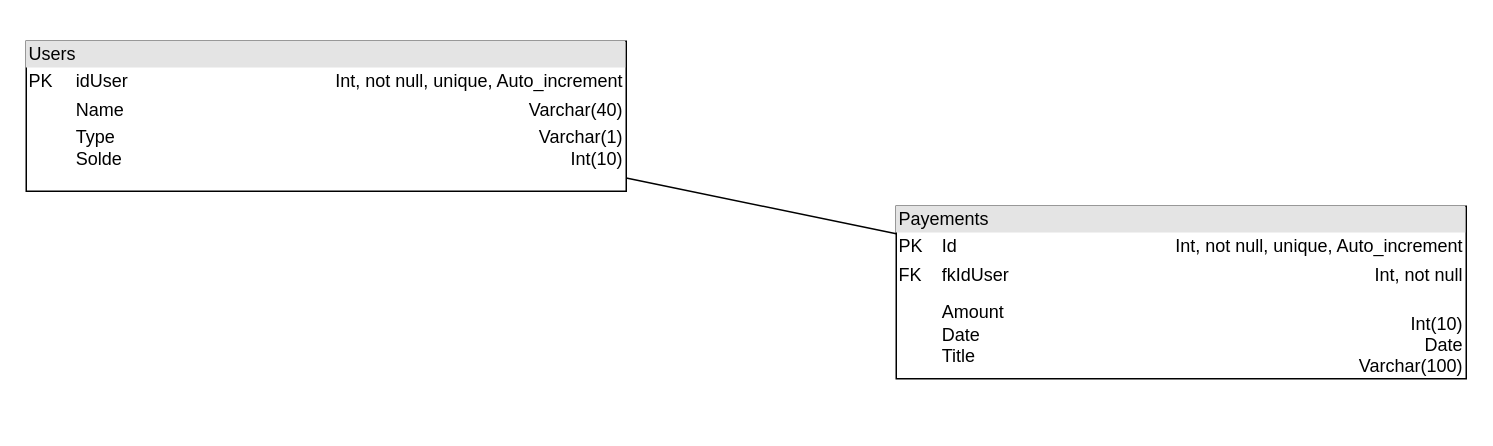
Before: Documentation/MLD.drawio in Trobinsch/TPI_RSZ, a draw.io diagram. Source tidied: cells renumbered, new cells numbered last; positions are measured from the earlier drawing's top-left corner, leaving out a move shared by most shapes. Both pictures are drawn from the tidied source at 150%, with x=0, y=0 at pixel (26, 40).
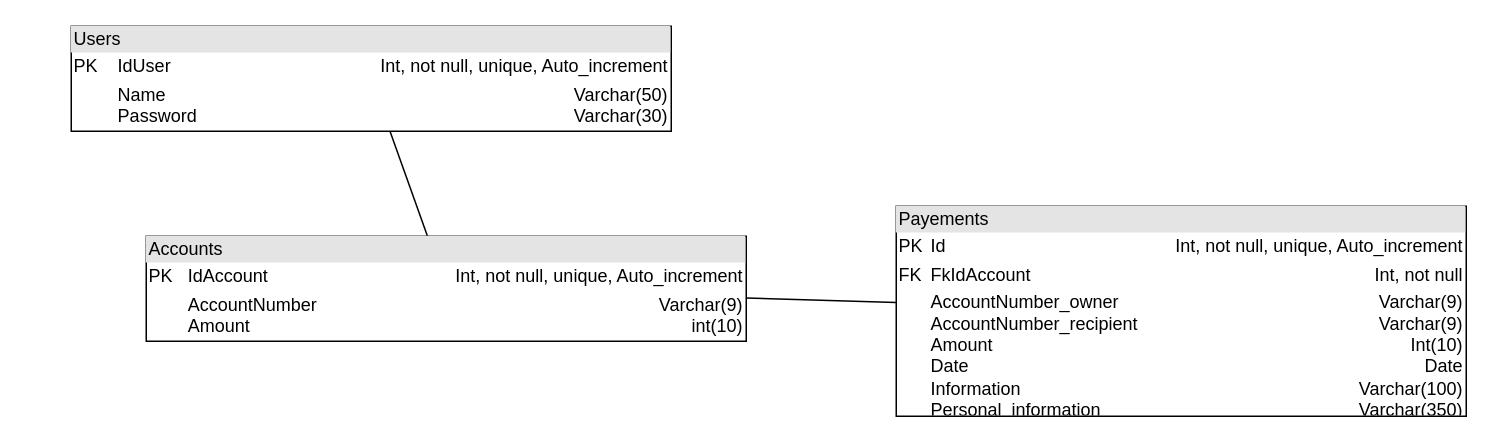
The same page after the edit.

Change to the diagram source:
```diff
@@
 <mxGraphModel>
   <root>
     <mxCell id="0" />
     <mxCell id="1" parent="0" />
-    <mxCell id="2" value="&lt;div style=&quot;box-sizing: border-box ; width: 100% ; background: #e4e4e4 ; padding: 2px&quot;&gt;Users&lt;/div&gt;&lt;table style=&quot;width: 100% ; font-size: 1em&quot; cellpadding=&quot;2&quot; cellspacing=&quot;0&quot;&gt;&lt;tbody&gt;&lt;tr&gt;&lt;td&gt;PK&lt;/td&gt;&lt;td&gt;idUser&lt;/td&gt;&lt;td style=&quot;text-align: right&quot;&gt;Int, not null, unique, Auto_increment&lt;/td&gt;&lt;/tr&gt;&lt;tr&gt;&lt;td&gt;&lt;br&gt;&lt;/td&gt;&lt;td&gt;Name&lt;/td&gt;&lt;td style=&quot;text-align: right&quot;&gt;Varchar(40)&lt;/td&gt;&lt;/tr&gt;&lt;tr&gt;&lt;td&gt;&lt;/td&gt;&lt;td&gt;Type&lt;br&gt;Solde&lt;/td&gt;&lt;td style=&quot;text-align: right&quot;&gt;Varchar(1)&lt;br&gt;Int(10)&lt;/td&gt;&lt;/tr&gt;&lt;/tbody&gt;&lt;/table&gt;" style="verticalAlign=top;align=left;overflow=fill;html=1;" parent="1" vertex="1">
-      <mxGeometry width="400" height="100" as="geometry" />
+    <mxCell id="2" value="&lt;div style=&quot;box-sizing: border-box ; width: 100% ; background: #e4e4e4 ; padding: 2px&quot;&gt;Users&lt;/div&gt;&lt;table style=&quot;width: 100% ; font-size: 1em&quot; cellpadding=&quot;2&quot; cellspacing=&quot;0&quot;&gt;&lt;tbody&gt;&lt;tr&gt;&lt;td&gt;PK&lt;/td&gt;&lt;td&gt;IdUser&lt;/td&gt;&lt;td style=&quot;text-align: right&quot;&gt;Int, not null, unique, Auto_increment&lt;/td&gt;&lt;/tr&gt;&lt;tr&gt;&lt;td&gt;&lt;br&gt;&lt;/td&gt;&lt;td&gt;Name&lt;br&gt;Password&lt;/td&gt;&lt;td style=&quot;text-align: right&quot;&gt;Varchar(50)&lt;br&gt;Varchar(30)&lt;/td&gt;&lt;/tr&gt;&lt;tr&gt;&lt;td&gt;&lt;/td&gt;&lt;td&gt;&lt;br&gt;&lt;/td&gt;&lt;td style=&quot;text-align: right&quot;&gt;&lt;br&gt;&lt;/td&gt;&lt;/tr&gt;&lt;/tbody&gt;&lt;/table&gt;" style="verticalAlign=top;align=left;overflow=fill;html=1;" parent="1" vertex="1">
+      <mxGeometry x="30" y="-10" width="400" height="70" as="geometry" />
     </mxCell>
-    <mxCell id="3" value="&lt;div style=&quot;box-sizing: border-box ; width: 100% ; background: #e4e4e4 ; padding: 2px&quot;&gt;Payements&lt;/div&gt;&lt;table style=&quot;width: 100% ; font-size: 1em&quot; cellpadding=&quot;2&quot; cellspacing=&quot;0&quot;&gt;&lt;tbody&gt;&lt;tr&gt;&lt;td&gt;PK&lt;/td&gt;&lt;td&gt;Id&lt;/td&gt;&lt;td style=&quot;text-align: right&quot;&gt;Int, not null, unique, Auto_increment&lt;/td&gt;&lt;/tr&gt;&lt;tr&gt;&lt;td&gt;FK&lt;/td&gt;&lt;td&gt;fkIdUser&lt;/td&gt;&lt;td style=&quot;text-align: right&quot;&gt;Int, not null&lt;/td&gt;&lt;/tr&gt;&lt;tr&gt;&lt;td&gt;&lt;/td&gt;&lt;td&gt;Amount&lt;br&gt;Date&lt;br&gt;Title&lt;br&gt;&lt;/td&gt;&lt;td&gt;&lt;div style=&quot;text-align: right&quot;&gt;&lt;br&gt;&lt;/div&gt;&lt;div style=&quot;text-align: right&quot;&gt;Int(10)&lt;/div&gt;&lt;div style=&quot;text-align: right&quot;&gt;Date&lt;/div&gt;&lt;div style=&quot;text-align: right&quot;&gt;Varchar(100)&lt;/div&gt;&lt;/td&gt;&lt;/tr&gt;&lt;/tbody&gt;&lt;/table&gt;" style="verticalAlign=top;align=left;overflow=fill;html=1;" parent="1" vertex="1">
-      <mxGeometry x="580" y="110" width="380" height="115" as="geometry" />
+    <mxCell id="3" value="&lt;div style=&quot;box-sizing: border-box ; width: 100% ; background: #e4e4e4 ; padding: 2px&quot;&gt;Payements&lt;/div&gt;&lt;table style=&quot;width: 100% ; font-size: 1em&quot; cellpadding=&quot;2&quot; cellspacing=&quot;0&quot;&gt;&lt;tbody&gt;&lt;tr&gt;&lt;td&gt;PK&lt;/td&gt;&lt;td&gt;Id&lt;/td&gt;&lt;td style=&quot;text-align: right&quot;&gt;Int, not null, unique, Auto_increment&lt;/td&gt;&lt;/tr&gt;&lt;tr&gt;&lt;td&gt;FK&lt;/td&gt;&lt;td&gt;FkIdAccount&lt;br&gt;&lt;/td&gt;&lt;td style=&quot;text-align: right&quot;&gt;Int, not null&lt;/td&gt;&lt;/tr&gt;&lt;tr&gt;&lt;td&gt;&lt;/td&gt;&lt;td&gt;AccountNumber_owner&lt;br&gt;AccountNumber_recipient&lt;br&gt;Amount&lt;br&gt;Date&lt;br&gt;Information&lt;br&gt;Personal_information&lt;/td&gt;&lt;td&gt;&lt;div style=&quot;text-align: right&quot;&gt;Varchar(9)&lt;/div&gt;&lt;div style=&quot;text-align: right&quot;&gt;Varchar(9)&lt;/div&gt;&lt;div style=&quot;text-align: right&quot;&gt;Int(10)&lt;/div&gt;&lt;div style=&quot;text-align: right&quot;&gt;Date&lt;/div&gt;&lt;div style=&quot;text-align: right&quot;&gt;Varchar(100)&lt;/div&gt;&lt;div style=&quot;text-align: right&quot;&gt;Varchar(350)&lt;/div&gt;&lt;/td&gt;&lt;/tr&gt;&lt;/tbody&gt;&lt;/table&gt;" style="verticalAlign=top;align=left;overflow=fill;html=1;" parent="1" vertex="1">
+      <mxGeometry x="580" y="110" width="380" height="140" as="geometry" />
     </mxCell>
-    <mxCell id="4" style="endArrow=none;html=1;" parent="1" edge="1" source="2" target="3">
+    <mxCell id="4" style="endArrow=none;html=1;" parent="1" edge="1" source="2" target="5">
       <mxGeometry relative="1" as="geometry" />
     </mxCell>
+    <mxCell id="5" value="&lt;div style=&quot;box-sizing: border-box ; width: 100% ; background: #e4e4e4 ; padding: 2px&quot;&gt;Accounts&lt;/div&gt;&lt;table style=&quot;width: 100% ; font-size: 1em&quot; cellpadding=&quot;2&quot; cellspacing=&quot;0&quot;&gt;&lt;tbody&gt;&lt;tr&gt;&lt;td&gt;PK&lt;/td&gt;&lt;td&gt;IdAccount&lt;/td&gt;&lt;td style=&quot;text-align: right&quot;&gt;Int, not null, unique, Auto_increment&lt;/td&gt;&lt;/tr&gt;&lt;tr&gt;&lt;td&gt;&lt;br&gt;&lt;/td&gt;&lt;td&gt;AccountNumber&lt;br&gt;Amount&lt;/td&gt;&lt;td style=&quot;text-align: right&quot;&gt;Varchar(9)&lt;br&gt;int(10)&lt;/td&gt;&lt;/tr&gt;&lt;tr&gt;&lt;td&gt;&lt;/td&gt;&lt;td&gt;&lt;br&gt;&lt;/td&gt;&lt;td style=&quot;text-align: right&quot;&gt;&lt;br&gt;&lt;/td&gt;&lt;/tr&gt;&lt;/tbody&gt;&lt;/table&gt;" style="verticalAlign=top;align=left;overflow=fill;html=1;" parent="1" vertex="1">
+      <mxGeometry x="80" y="130" width="400" height="70" as="geometry" />
+    </mxCell>
+    <mxCell id="6" style="endArrow=none;html=1;" parent="1" edge="1" source="5" target="3">
+      <mxGeometry relative="1" as="geometry" />
+    </mxCell>
   </root>
 </mxGraphModel>
```
